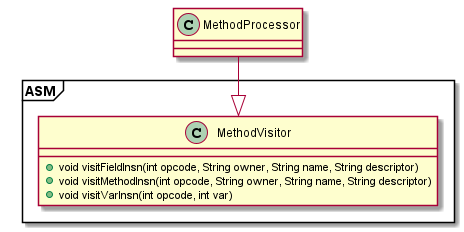
Before: figure/extension/MethodProcessor1.png, a diagram exported from PlantUML (MarcusRandevik/SecArchUnit).
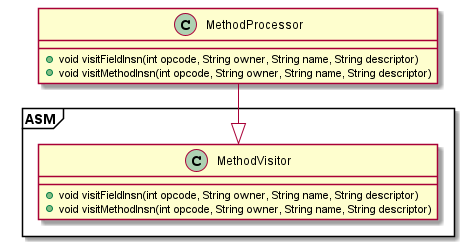
Above is the later version.

What changed in the source:
```diff
@@ -4,14 +4,14 @@
     class MethodVisitor {
         + void visitFieldInsn(int opcode, String owner, String name, String descriptor)
         + void visitMethodInsn(int opcode, String owner, String name, String descriptor)
-        + void visitVarInsn(int opcode, int var)
     }
 }
 
 class MethodProcessor {
+    + void visitFieldInsn(int opcode, String owner, String name, String descriptor)
+    + void visitMethodInsn(int opcode, String owner, String name, String descriptor)
 }
 
 MethodProcessor --|> MethodVisitor
 
-
 @enduml
```
